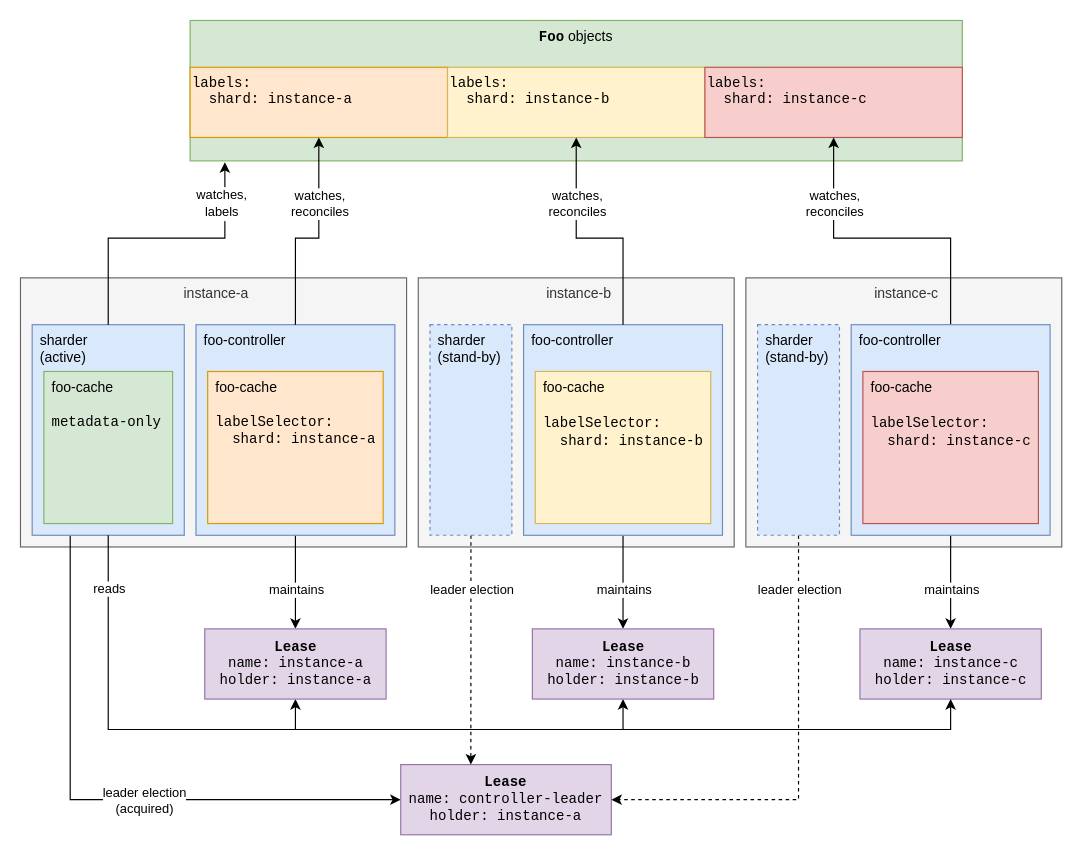
This is draw/design-overview.drawio from timebertt/thesis-controller-sharding, a draw.io file, before an edit. Source tidied: cells renumbered, new cells numbered last; positions are measured from the earlier drawing's top-left corner, leaving out a move shared by most shapes. Both pictures are drawn from the tidied source at 117%, with x=0, y=0 at pixel (20, 20).
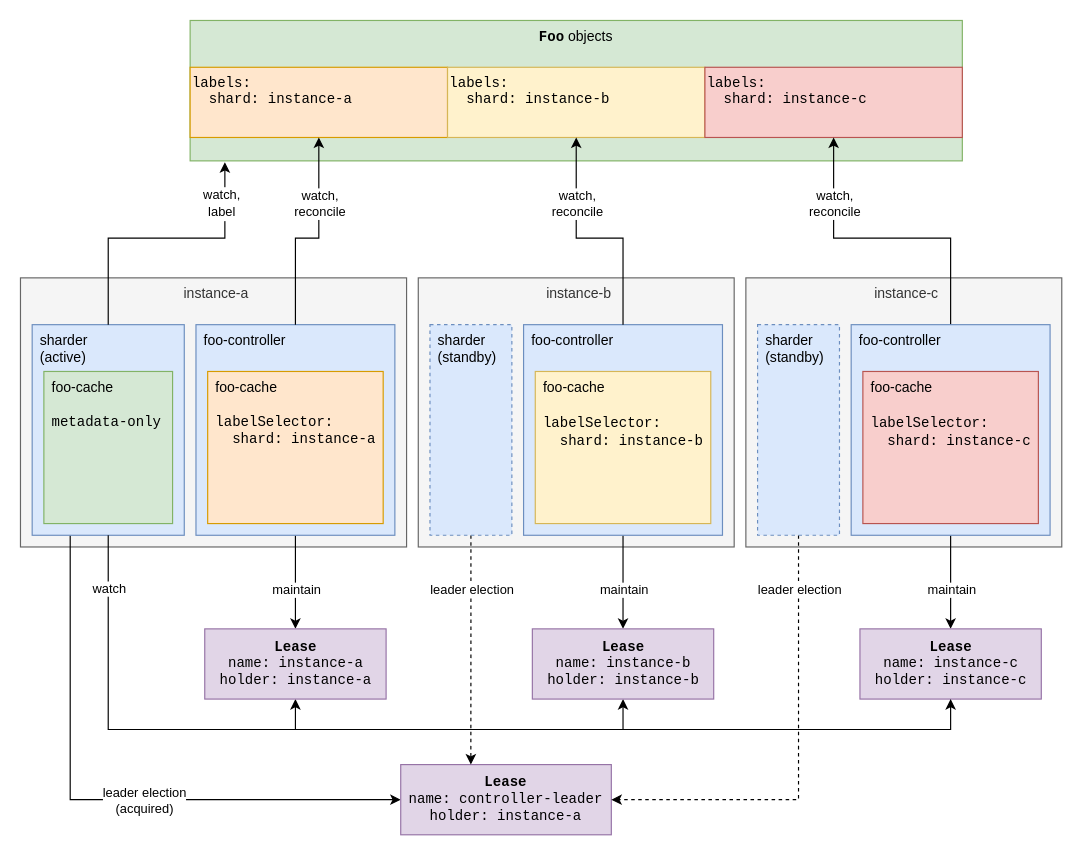
The same page after the edit.

Commit message (it also covers changes not shown here):
Reword architecture diagram

The change refers to these unchanged cells:
```xml
<mxCell id="9" style="edgeStyle=orthogonalEdgeStyle;rounded=0;jettySize=auto;html=1;exitX=0.5;exitY=1;exitDx=0;exitDy=0;entryX=0.5;entryY=0;entryDx=0;entryDy=0;fontFamily=Courier New;" parent="1" edge="1" source="11" target="18">
  <mxGeometry relative="1" as="geometry" />
</mxCell>
<mxCell id="12" style="edgeStyle=orthogonalEdgeStyle;rounded=0;jettySize=auto;html=1;fontFamily=Courier New;exitX=0.5;exitY=0;exitDx=0;exitDy=0;entryX=0.045;entryY=1.01;entryDx=0;entryDy=0;entryPerimeter=0;" parent="1" edge="1" source="8" target="16">
  <mxGeometry relative="1" as="geometry">
    <Array as="points">
      <mxPoint x="75" y="186" />
      <mxPoint x="175" y="186" />
    </Array>
  </mxGeometry>
</mxCell>
<mxCell id="22" style="edgeStyle=orthogonalEdgeStyle;rounded=0;jettySize=auto;html=1;exitX=0.5;exitY=0;exitDx=0;exitDy=0;entryX=0.5;entryY=1;entryDx=0;entryDy=0;fontFamily=Helvetica;" parent="1" edge="1" source="11" target="17">
  <mxGeometry relative="1" as="geometry">
    <Array as="points">
      <mxPoint x="235" y="186" />
      <mxPoint x="255" y="186" />
    </Array>
  </mxGeometry>
</mxCell>
<mxCell id="29" style="edgeStyle=orthogonalEdgeStyle;rounded=0;jettySize=auto;html=1;exitX=0.5;exitY=0;exitDx=0;exitDy=0;entryX=0.5;entryY=1;entryDx=0;entryDy=0;fontFamily=Courier New;" parent="1" edge="1" source="28" target="19">
  <mxGeometry relative="1" as="geometry">
    <Array as="points">
      <mxPoint x="515" y="186" />
      <mxPoint x="475" y="186" />
    </Array>
  </mxGeometry>
</mxCell>
<mxCell id="35" style="edgeStyle=orthogonalEdgeStyle;rounded=0;jettySize=auto;html=1;exitX=0.5;exitY=0;exitDx=0;exitDy=0;entryX=0.5;entryY=1;entryDx=0;entryDy=0;fontFamily=Helvetica;" parent="1" edge="1" source="38" target="20">
  <mxGeometry relative="1" as="geometry">
    <Array as="points">
      <mxPoint x="795" y="186" />
      <mxPoint x="695" y="186" />
    </Array>
  </mxGeometry>
</mxCell>
<mxCell id="46" style="edgeStyle=orthogonalEdgeStyle;rounded=0;jettySize=auto;html=1;exitX=0.5;exitY=1;exitDx=0;exitDy=0;entryX=0.5;entryY=1;entryDx=0;entryDy=0;fontFamily=Helvetica;" parent="1" edge="1" source="8" target="41">
  <mxGeometry relative="1" as="geometry">
    <Array as="points">
      <mxPoint x="75" y="606" />
      <mxPoint x="795" y="606" />
    </Array>
  </mxGeometry>
</mxCell>
```

Diff of the diagram source:
```diff
@@
-    <mxCell id="10" value="maintains" style="edgeLabel;html=1;align=center;verticalAlign=middle;fontFamily=Helvetica;" parent="9" vertex="1">
+    <mxCell id="10" value="maintain" style="edgeLabel;html=1;align=center;verticalAlign=middle;fontFamily=Helvetica;" parent="9" vertex="1">
       <mxGeometry x="-0.1" y="-1" relative="1" as="geometry">
         <mxPoint x="1" y="10" as="offset" />
       </mxGeometry>
     </mxCell>
@@
-    <mxCell id="13" value="&lt;font face=&quot;Helvetica&quot;&gt;watches,&lt;br&gt;labels&lt;/font&gt;" style="edgeLabel;html=1;align=center;verticalAlign=middle;fontFamily=Courier New;" parent="12" vertex="1">
+    <mxCell id="13" value="&lt;font face=&quot;Helvetica&quot;&gt;watch,&lt;br&gt;label&lt;/font&gt;" style="edgeLabel;html=1;align=center;verticalAlign=middle;fontFamily=Courier New;" parent="12" vertex="1">
       <mxGeometry x="-0.17" y="2" relative="1" as="geometry">
         <mxPoint x="71" y="-28" as="offset" />
       </mxGeometry>
     </mxCell>
@@
-    <mxCell id="23" value="watches,&lt;br&gt;reconciles" style="edgeLabel;html=1;align=center;verticalAlign=middle;fontFamily=Helvetica;" parent="22" vertex="1">
+    <mxCell id="23" value="watch,&lt;br&gt;reconcile" style="edgeLabel;html=1;align=center;verticalAlign=middle;fontFamily=Helvetica;" parent="22" vertex="1">
       <mxGeometry x="0.14" y="1" relative="1" as="geometry">
         <mxPoint x="1" y="-21" as="offset" />
       </mxGeometry>
     </mxCell>
@@
-    <mxCell id="26" value="sharder&lt;br&gt;(stand-by)" style="rounded=0;whiteSpace=wrap;html=1;fillColor=#dae8fc;strokeColor=#6c8ebf;align=left;labelPosition=center;verticalLabelPosition=middle;verticalAlign=top;spacingLeft=5;dashed=1;" parent="1" vertex="1">
+    <mxCell id="26" value="sharder&lt;br&gt;(standby)" style="rounded=0;whiteSpace=wrap;html=1;fillColor=#dae8fc;strokeColor=#6c8ebf;align=left;labelPosition=center;verticalLabelPosition=middle;verticalAlign=top;spacingLeft=5;dashed=1;" parent="1" vertex="1">
       <mxGeometry x="350" y="260" width="70" height="180" as="geometry" />
     </mxCell>
@@
-    <mxCell id="30" value="watches,&lt;br&gt;reconciles" style="edgeLabel;html=1;align=center;verticalAlign=middle;fontFamily=Helvetica;" parent="29" vertex="1">
+    <mxCell id="30" value="watch,&lt;br&gt;reconcile" style="edgeLabel;html=1;align=center;verticalAlign=middle;fontFamily=Helvetica;" parent="29" vertex="1">
       <mxGeometry x="0.04" relative="1" as="geometry">
         <mxPoint x="-10" y="-30" as="offset" />
       </mxGeometry>
     </mxCell>
@@
-    <mxCell id="34" value="sharder&lt;br&gt;(stand-by)" style="rounded=0;whiteSpace=wrap;html=1;fillColor=#dae8fc;strokeColor=#6c8ebf;align=left;labelPosition=center;verticalLabelPosition=middle;verticalAlign=top;spacingLeft=5;dashed=1;" parent="1" vertex="1">
+    <mxCell id="34" value="sharder&lt;br&gt;(standby)" style="rounded=0;whiteSpace=wrap;html=1;fillColor=#dae8fc;strokeColor=#6c8ebf;align=left;labelPosition=center;verticalLabelPosition=middle;verticalAlign=top;spacingLeft=5;dashed=1;" parent="1" vertex="1">
       <mxGeometry x="630" y="260" width="70" height="180" as="geometry" />
     </mxCell>
@@
-    <mxCell id="36" value="watches,&lt;br&gt;reconciles" style="edgeLabel;html=1;align=center;verticalAlign=middle;fontFamily=Helvetica;" parent="35" vertex="1">
+    <mxCell id="36" value="watch,&lt;br&gt;reconcile" style="edgeLabel;html=1;align=center;verticalAlign=middle;fontFamily=Helvetica;" parent="35" vertex="1">
       <mxGeometry x="0.64" relative="1" as="geometry">
         <mxPoint y="9" as="offset" />
       </mxGeometry>
     </mxCell>
@@
-    <mxCell id="44" value="maintains" style="edgeLabel;html=1;align=center;verticalAlign=middle;fontFamily=Helvetica;" parent="1" vertex="1">
+    <mxCell id="44" value="maintain" style="edgeLabel;html=1;align=center;verticalAlign=middle;fontFamily=Helvetica;" parent="1" vertex="1">
       <mxGeometry x="515" y="486" as="geometry" />
     </mxCell>
-    <mxCell id="45" value="maintains" style="edgeLabel;html=1;align=center;verticalAlign=middle;fontFamily=Helvetica;" parent="1" vertex="1">
+    <mxCell id="45" value="maintain" style="edgeLabel;html=1;align=center;verticalAlign=middle;fontFamily=Helvetica;" parent="1" vertex="1">
       <mxGeometry x="795" y="486" as="geometry" />
     </mxCell>
@@
-    <mxCell id="47" value="reads" style="edgeLabel;html=1;align=center;verticalAlign=middle;" parent="46" vertex="1">
+    <mxCell id="47" value="watch" style="edgeLabel;html=1;align=center;verticalAlign=middle;" parent="46" vertex="1">
       <mxGeometry x="-0.89" relative="1" as="geometry">
         <mxPoint y="-5" as="offset" />
       </mxGeometry>
     </mxCell>
```
